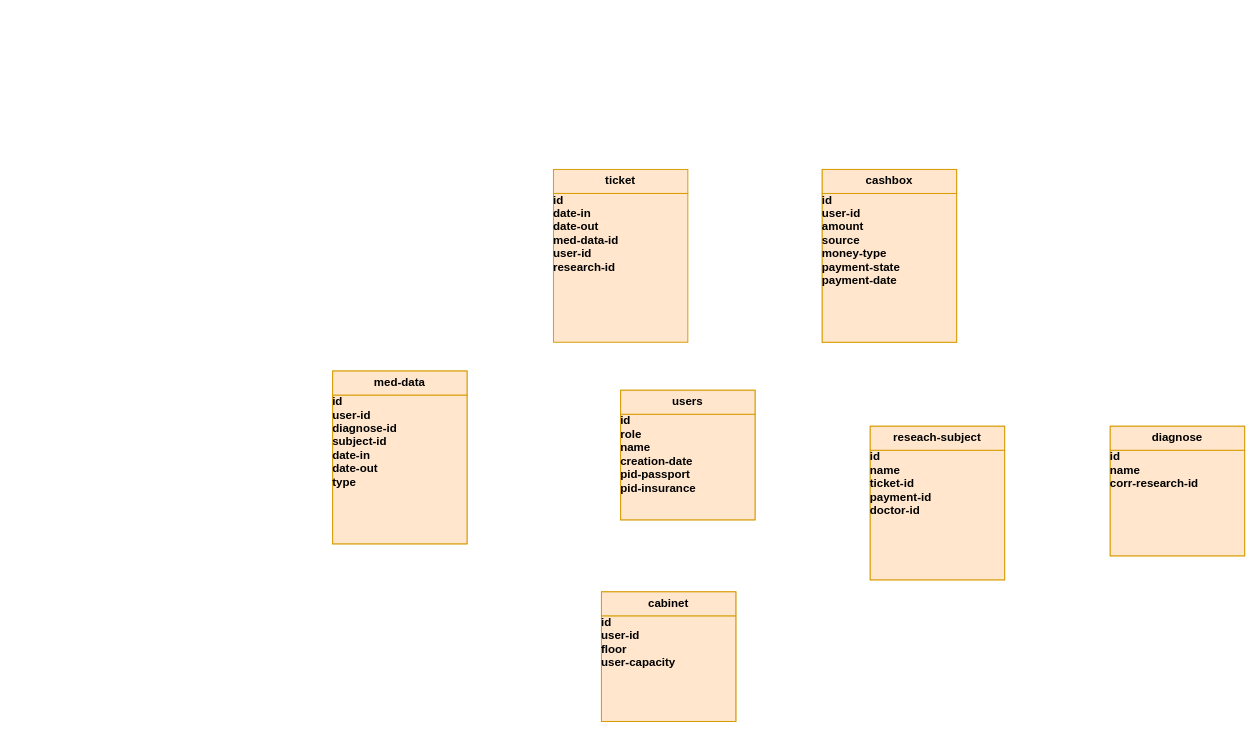
This is Диаграмма без названия.drawio.xml from lazarestas/django-project, a draw.io file, before an edit. Source tidied: cells renumbered, new cells numbered last; positions are measured from the earlier drawing's top-left corner, leaving out a move shared by most shapes. Both pictures are drawn from the tidied source at 96%, with x=0, y=0 at pixel (332, 169).
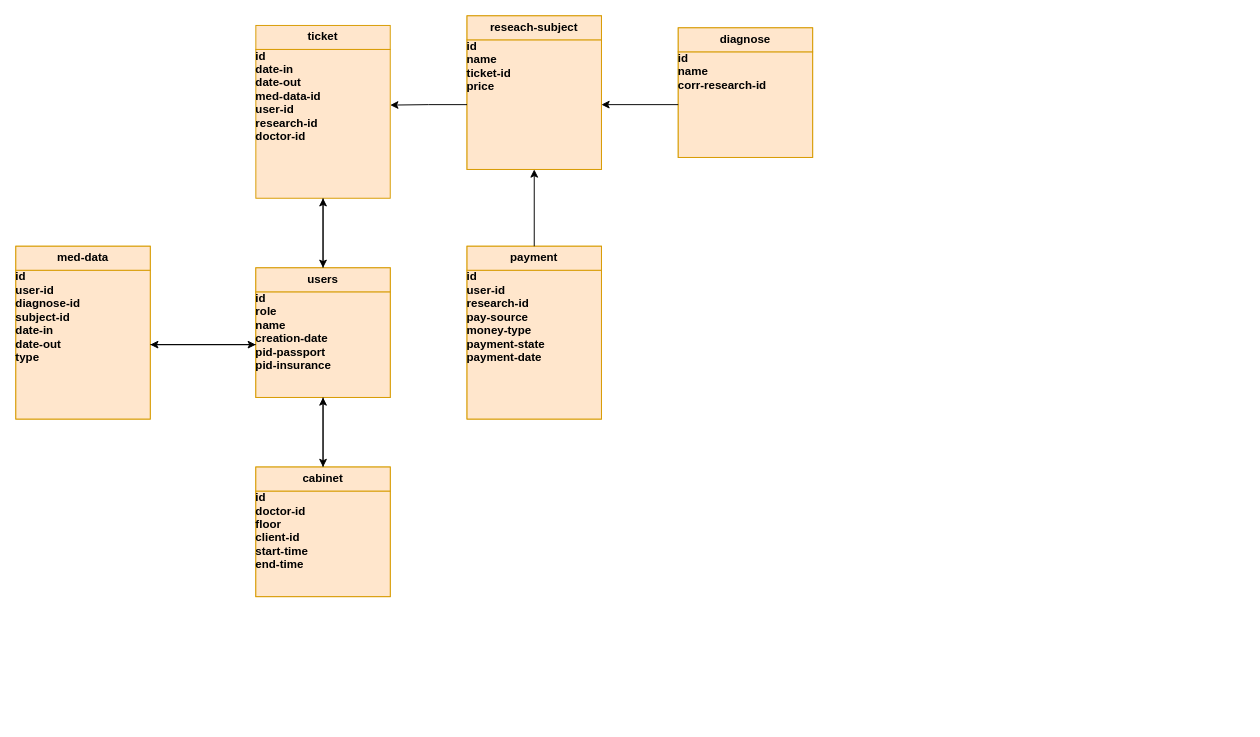
Above is the later version.

The change refers to these unchanged cells:
```xml
<mxCell id="6" value="id&#10;user-id&#10;diagnose-id&#10;subject-id&#10;date-in&#10;date-out&#10;type" style="verticalAlign=top;align=left;overflow=fill;fontSize=12;fontFamily=Helvetica;rounded=0;shadow=0;comic=0;labelBackgroundColor=none;strokeWidth=1;fillColor=#ffe6cc;fontStyle=1;spacingTop=0;spacingLeft=0;horizontal=1;labelBorderColor=none;strokeColor=#d79b00;spacing=0;" parent="5" vertex="1">
  <mxGeometry y="25" width="140" height="155" as="geometry" />
</mxCell>
<mxCell id="9" value="id&#10;role&#10;name&#10;creation-date&#10;pid-passport&#10;pid-insurance&#10;&#10;&#10;" style="verticalAlign=top;align=left;overflow=fill;fontSize=12;fontFamily=Helvetica;rounded=0;shadow=0;comic=0;labelBackgroundColor=none;strokeWidth=1;fillColor=#ffe6cc;fontStyle=1;spacingTop=0;spacingLeft=3;horizontal=1;labelBorderColor=none;strokeColor=#d79b00;spacing=0;" parent="8" vertex="1">
  <mxGeometry y="25" width="140" height="110" as="geometry" />
</mxCell>
<mxCell id="10" value="users" style="rounded=0;fillColor=#ffe6cc;align=center;verticalAlign=top;fontStyle=1;spacingTop=0;spacingLeft=0;horizontal=1;labelBackgroundColor=none;labelBorderColor=none;strokeColor=#d79b00;spacing=0;" parent="8" vertex="1">
  <mxGeometry width="140" height="25" as="geometry" />
</mxCell>
<mxCell id="15" value="id&#10;name&#10;corr-research-id" style="verticalAlign=top;align=left;overflow=fill;fontSize=12;fontFamily=Helvetica;rounded=0;shadow=0;comic=0;labelBackgroundColor=none;strokeWidth=1;fillColor=#ffe6cc;fontStyle=1;spacingTop=0;spacingLeft=0;horizontal=1;labelBorderColor=none;strokeColor=#d79b00;spacing=0;" parent="14" vertex="1">
  <mxGeometry y="25" width="140" height="110" as="geometry" />
</mxCell>
<mxCell id="19" value="cabinet" style="rounded=0;fillColor=#ffe6cc;align=center;verticalAlign=top;fontStyle=1;spacingTop=0;spacingLeft=0;horizontal=1;labelBackgroundColor=none;labelBorderColor=none;strokeColor=#d79b00;spacing=0;" parent="17" vertex="1">
  <mxGeometry width="140" height="25" as="geometry" />
</mxCell>
```

Diff of the diagram source:
```diff
@@
     <mxCell id="2" style="group;spacingTop=0;spacingLeft=0;horizontal=1;fontStyle=0;labelBackgroundColor=none;labelBorderColor=none;fillColor=#ffe6cc;strokeColor=#d79b00;spacing=0;" parent="1" vertex="1">
-      <mxGeometry x="560" y="267.5" width="140" height="160" as="geometry" />
+      <mxGeometry x="140" y="-160" width="140" height="160" as="geometry" />
     </mxCell>
-    <mxCell id="3" value="id&#10;name&#10;ticket-id&#10;payment-id&#10;doctor-id&#10;&#10;" style="verticalAlign=top;align=left;overflow=fill;fontSize=12;fontFamily=Helvetica;rounded=0;shadow=0;comic=0;labelBackgroundColor=none;strokeWidth=1;fillColor=#ffe6cc;fontStyle=1;spacingTop=0;spacingLeft=0;horizontal=1;labelBorderColor=none;strokeColor=#d79b00;spacing=0;" parent="2" vertex="1">
-      <mxGeometry y="25" width="140" height="135" as="geometry" />
-    </mxCell>
-    <mxCell id="4" value="reseach-subject" style="rounded=0;fillColor=#ffe6cc;align=center;verticalAlign=top;fontStyle=1;spacingTop=0;spacingLeft=0;horizontal=1;labelBackgroundColor=none;labelBorderColor=none;strokeColor=#d79b00;spacing=0;" parent="2" vertex="1">
-      <mxGeometry width="140" height="25" as="geometry" />
-    </mxCell>
     <mxCell id="5" style="group;spacingTop=0;spacingLeft=0;horizontal=1;fontStyle=0;labelBackgroundColor=none;labelBorderColor=none;fillColor=#ffe6cc;strokeColor=#d79b00;spacing=0;" parent="1" vertex="1">
-      <mxGeometry y="210" width="140" height="180" as="geometry" />
+      <mxGeometry x="-330" y="80" width="140" height="180" as="geometry" />
     </mxCell>
@@
     <mxCell id="8" style="group;spacingTop=0;spacingLeft=0;horizontal=1;fontStyle=0;labelBackgroundColor=none;labelBorderColor=none;fillColor=#ffe6cc;strokeColor=#d79b00;spacing=0;" parent="1" vertex="1">
-      <mxGeometry x="300" y="230" width="140" height="135" as="geometry" />
+      <mxGeometry x="-80" y="102.5" width="140" height="135" as="geometry" />
     </mxCell>
@@
     <mxCell id="11" style="group;spacingTop=0;spacingLeft=0;horizontal=1;fontStyle=0;labelBackgroundColor=none;labelBorderColor=none;fillColor=#ffe6cc;strokeColor=#d79b00;spacing=0;" parent="1" vertex="1">
-      <mxGeometry x="510" width="140" height="180" as="geometry" />
+      <mxGeometry x="140" y="80" width="140" height="180" as="geometry" />
     </mxCell>
-    <mxCell id="12" value="id&#10;user-id&#10;amount&#10;source&#10;money-type&#10;payment-state&#10;payment-date" style="verticalAlign=top;align=left;overflow=fill;fontSize=12;fontFamily=Helvetica;rounded=0;shadow=0;comic=0;labelBackgroundColor=none;strokeWidth=1;fillColor=#ffe6cc;fontStyle=1;spacingTop=0;spacingLeft=0;horizontal=1;labelBorderColor=none;strokeColor=#d79b00;spacing=0;" parent="11" vertex="1">
+    <mxCell id="12" value="id&#10;user-id&#10;research-id&#10;pay-source&#10;money-type&#10;payment-state&#10;payment-date" style="verticalAlign=top;align=left;overflow=fill;fontSize=12;fontFamily=Helvetica;rounded=0;shadow=0;comic=0;labelBackgroundColor=none;strokeWidth=1;fillColor=#ffe6cc;fontStyle=1;spacingTop=0;spacingLeft=0;horizontal=1;labelBorderColor=none;strokeColor=#d79b00;spacing=0;" parent="11" vertex="1">
       <mxGeometry y="25" width="140" height="155" as="geometry" />
     </mxCell>
-    <mxCell id="13" value="cashbox" style="rounded=0;fillColor=#ffe6cc;align=center;verticalAlign=top;fontStyle=1;spacingTop=0;spacingLeft=0;horizontal=1;labelBackgroundColor=none;labelBorderColor=none;strokeColor=#d79b00;spacing=0;" parent="11" vertex="1">
+    <mxCell id="13" value="payment" style="rounded=0;fillColor=#ffe6cc;align=center;verticalAlign=top;fontStyle=1;spacingTop=0;spacingLeft=0;horizontal=1;labelBackgroundColor=none;labelBorderColor=none;strokeColor=#d79b00;spacing=0;" parent="11" vertex="1">
       <mxGeometry width="140" height="25" as="geometry" />
     </mxCell>
     <mxCell id="14" style="group;spacingTop=0;spacingLeft=0;horizontal=1;fontStyle=0;labelBackgroundColor=none;labelBorderColor=none;fillColor=#ffe6cc;strokeColor=#d79b00;spacing=0;" parent="1" vertex="1">
-      <mxGeometry x="810" y="267.5" width="140" height="135" as="geometry" />
+      <mxGeometry x="360" y="-147.5" width="140" height="135" as="geometry" />
     </mxCell>
@@
     <mxCell id="17" style="group;spacingTop=0;spacingLeft=0;horizontal=1;fontStyle=0;labelBackgroundColor=none;labelBorderColor=none;fillColor=#ffe6cc;strokeColor=#d79b00;spacing=0;" parent="1" vertex="1">
-      <mxGeometry x="280" y="440" width="140" height="135" as="geometry" />
+      <mxGeometry x="-80" y="310" width="140" height="135" as="geometry" />
     </mxCell>
-    <mxCell id="18" value="id&#10;user-id&#10;floor&#10;user-capacity" style="verticalAlign=top;align=left;overflow=fill;fontSize=12;fontFamily=Helvetica;rounded=0;shadow=0;comic=0;labelBackgroundColor=none;strokeWidth=1;fillColor=#ffe6cc;fontStyle=1;spacingTop=0;spacingLeft=0;horizontal=1;labelBorderColor=none;strokeColor=#d79b00;spacing=0;" parent="17" vertex="1">
+    <mxCell id="18" value="id&#10;doctor-id&#10;floor&#10;client-id&#10;start-time&#10;end-time" style="verticalAlign=top;align=left;overflow=fill;fontSize=12;fontFamily=Helvetica;rounded=0;shadow=0;comic=0;labelBackgroundColor=none;strokeWidth=1;fillColor=#ffe6cc;fontStyle=1;spacingTop=0;spacingLeft=0;horizontal=1;labelBorderColor=none;strokeColor=#d79b00;spacing=0;" parent="17" vertex="1">
       <mxGeometry y="25" width="140" height="110" as="geometry" />
     </mxCell>
@@
     <mxCell id="20" style="group;spacingLeft=0;spacing=0;" parent="1" vertex="1">
-      <mxGeometry x="230" width="140" height="180" as="geometry" />
+      <mxGeometry x="-80" y="-150" width="140" height="180" as="geometry" />
     </mxCell>
@@
-    <mxCell id="22" value="id&#10;date-in&#10;date-out&#10;med-data-id&#10;user-id&#10;research-id" style="verticalAlign=top;align=left;overflow=fill;fontSize=12;fontFamily=Helvetica;rounded=0;shadow=0;comic=0;labelBackgroundColor=none;strokeWidth=1;fillColor=#ffe6cc;fontStyle=1;spacingTop=0;spacingLeft=0;horizontal=1;labelBorderColor=none;strokeColor=#d79b00;spacing=0;" parent="20" vertex="1">
+    <mxCell id="22" value="id&#10;date-in&#10;date-out&#10;med-data-id&#10;user-id&#10;research-id&#10;doctor-id" style="verticalAlign=top;align=left;overflow=fill;fontSize=12;fontFamily=Helvetica;rounded=0;shadow=0;comic=0;labelBackgroundColor=none;strokeWidth=1;fillColor=#ffe6cc;fontStyle=1;spacingTop=0;spacingLeft=0;horizontal=1;labelBorderColor=none;strokeColor=#d79b00;spacing=0;" parent="20" vertex="1">
       <mxGeometry y="25" width="140" height="155" as="geometry" />
     </mxCell>
+    <mxCell id="23" style="edgeStyle=orthogonalEdgeStyle;rounded=0;jettySize=auto;html=1;exitX=0.5;exitY=0;exitDx=0;exitDy=0;entryX=0.5;entryY=1;entryDx=0;entryDy=0;" parent="1" edge="1" source="19" target="9">
+      <mxGeometry relative="1" as="geometry" />
+    </mxCell>
+    <mxCell id="24" style="edgeStyle=orthogonalEdgeStyle;rounded=0;jettySize=auto;html=1;exitX=1;exitY=0.5;exitDx=0;exitDy=0;entryX=0;entryY=0.5;entryDx=0;entryDy=0;" parent="1" edge="1" source="6" target="9">
+      <mxGeometry relative="1" as="geometry" />
+    </mxCell>
+    <mxCell id="25" style="edgeStyle=orthogonalEdgeStyle;rounded=0;jettySize=auto;html=1;exitX=0.5;exitY=1;exitDx=0;exitDy=0;entryX=0.5;entryY=0;entryDx=0;entryDy=0;" parent="1" edge="1" source="22" target="10">
+      <mxGeometry relative="1" as="geometry" />
+    </mxCell>
+    <mxCell id="26" style="edgeStyle=orthogonalEdgeStyle;rounded=0;jettySize=auto;html=1;exitX=0.5;exitY=0;exitDx=0;exitDy=0;entryX=0.5;entryY=1;entryDx=0;entryDy=0;" parent="1" edge="1" source="10" target="22">
+      <mxGeometry relative="1" as="geometry" />
+    </mxCell>
+    <mxCell id="27" style="edgeStyle=orthogonalEdgeStyle;rounded=0;jettySize=auto;html=1;exitX=0.5;exitY=1;exitDx=0;exitDy=0;entryX=0.5;entryY=0;entryDx=0;entryDy=0;" parent="1" edge="1" source="9" target="19">
+      <mxGeometry relative="1" as="geometry" />
+    </mxCell>
+    <mxCell id="28" style="edgeStyle=orthogonalEdgeStyle;rounded=0;jettySize=auto;html=1;exitX=0;exitY=0.5;exitDx=0;exitDy=0;entryX=1;entryY=0.5;entryDx=0;entryDy=0;" parent="1" edge="1" source="9" target="6">
+      <mxGeometry relative="1" as="geometry" />
+    </mxCell>
+    <mxCell id="29" style="edgeStyle=orthogonalEdgeStyle;rounded=0;jettySize=auto;html=1;" parent="1" edge="1" source="13" target="3">
+      <mxGeometry relative="1" as="geometry" />
+    </mxCell>
+    <mxCell id="30" style="group;" parent="1" vertex="1">
+      <mxGeometry x="140" y="-160" width="140" height="160" as="geometry" />
+    </mxCell>
+    <mxCell id="3" value="id&#10;name&#10;ticket-id&#10;price&#10;" style="verticalAlign=top;align=left;overflow=fill;fontSize=12;fontFamily=Helvetica;rounded=0;shadow=0;comic=0;labelBackgroundColor=none;strokeWidth=1;fillColor=#ffe6cc;fontStyle=1;spacingTop=0;spacingLeft=0;horizontal=1;labelBorderColor=none;strokeColor=#d79b00;spacing=0;" parent="30" vertex="1">
+      <mxGeometry y="25" width="140" height="135" as="geometry" />
+    </mxCell>
+    <mxCell id="4" value="reseach-subject" style="rounded=0;fillColor=#ffe6cc;align=center;verticalAlign=top;fontStyle=1;spacingTop=0;spacingLeft=0;horizontal=1;labelBackgroundColor=none;labelBorderColor=none;strokeColor=#d79b00;spacing=0;" parent="30" vertex="1">
+      <mxGeometry width="140" height="25" as="geometry" />
+    </mxCell>
+    <mxCell id="31" style="edgeStyle=orthogonalEdgeStyle;rounded=0;jettySize=auto;html=1;entryX=1;entryY=0.374;entryDx=0;entryDy=0;entryPerimeter=0;" parent="1" edge="1" source="3" target="22">
+      <mxGeometry relative="1" as="geometry" />
+    </mxCell>
+    <mxCell id="32" style="edgeStyle=orthogonalEdgeStyle;rounded=0;jettySize=auto;html=1;entryX=1;entryY=0.5;entryDx=0;entryDy=0;" parent="1" edge="1" source="15" target="3">
+      <mxGeometry relative="1" as="geometry" />
+    </mxCell>
```
